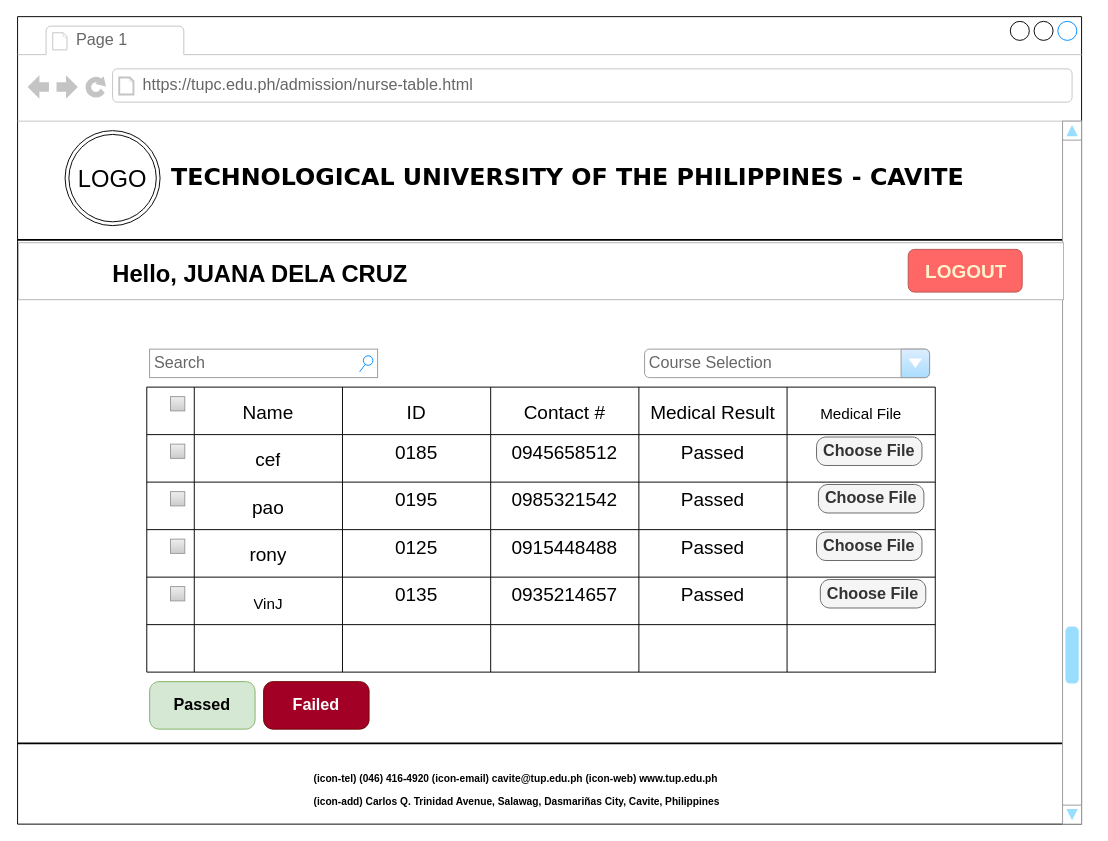
Earlier version of the draw.io diagram wireframe/Nurse-table.drawio (paofrencillo/WEB-APP). Source tidied: cells renumbered, new cells numbered last; positions are measured from the earlier drawing's top-left corner, leaving out a move shared by most shapes. Both pictures are drawn from the tidied source at 95%, with x=0, y=0 at pixel (17, 16).
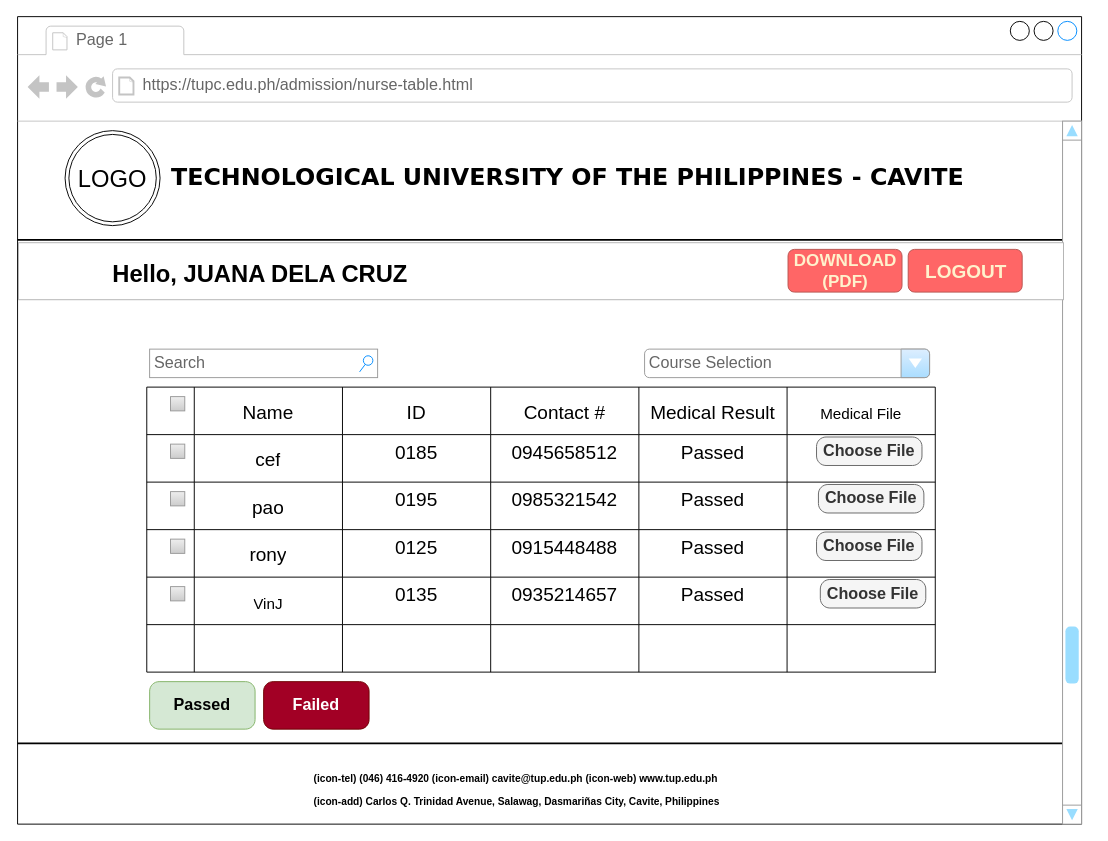
The same page after the edit.

The change refers to these unchanged cells:
```xml
<mxCell id="2" style="strokeWidth=1;shadow=0;dashed=0;align=center;html=1;shape=mxgraph.mockup.containers.browserWindow;rSize=0;strokeColor2=#008cff;strokeColor3=#c4c4c4;mainText=,;fontSize=25;spacing=1;" parent="1" vertex="1">
  <mxGeometry width="1120" height="850" as="geometry" />
</mxCell>
```

Diff of the diagram source:
```diff
@@
+    <mxCell id="70" value="&lt;font color=&quot;#fff2cc&quot;&gt;&lt;span style=&quot;font-size: 18px&quot;&gt;&lt;b&gt;DOWNLOAD &lt;br&gt;(PDF)&lt;/b&gt;&lt;/span&gt;&lt;/font&gt;" style="rounded=1;fillColor=#FF6666;align=center;strokeColor=#b85450;html=1;fontSize=12;sketch=0;" parent="2" vertex="1">
+      <mxGeometry x="811" y="245" width="120" height="45" as="geometry" />
+    </mxCell>
```
